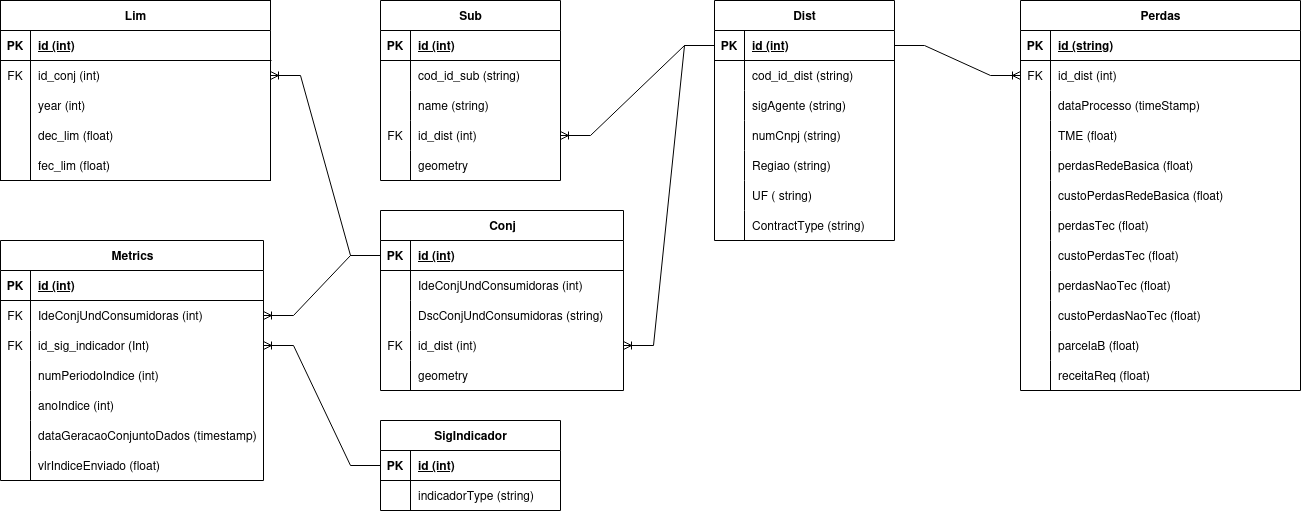
This is docs/db/aneel_data_model.png from AthosFatecSjc/backend, a draw.io export, as it was before one commit. Source tidied: cells renumbered, new cells last; positions are measured from the earlier drawing's top-left corner, leaving out a move shared by most shapes.
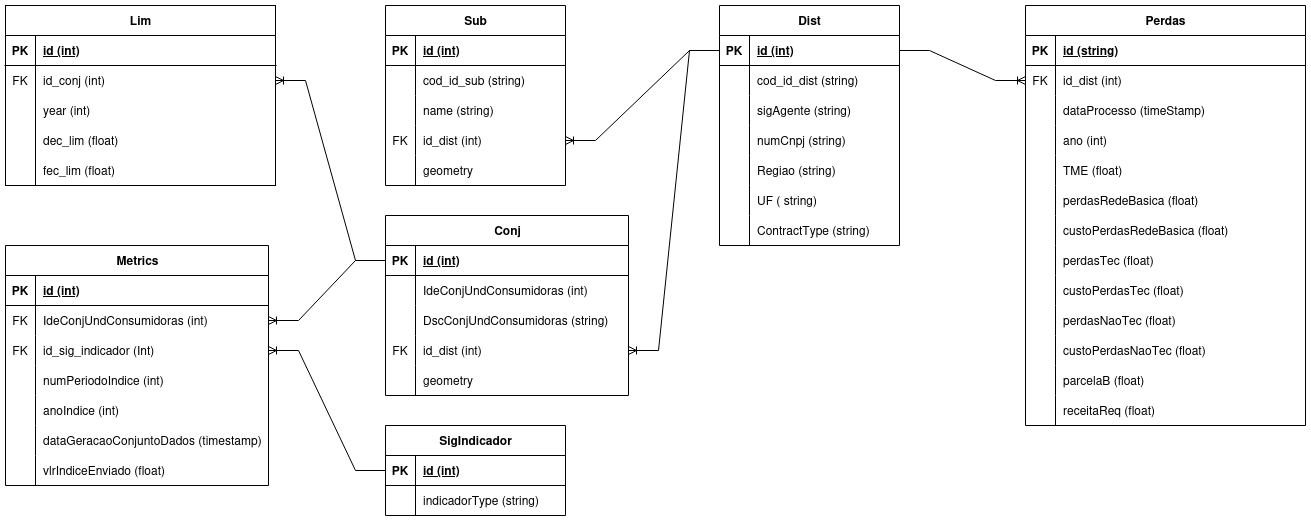
After the commit.

Commit message:
ATS-46 fix: add volumes e update no erddos dados aneel

What changed in the source:
```diff
@@ -315,7 +315,7 @@
       <mxGeometry relative="1" as="geometry" />
     </mxCell>
     <mxCell id="106" value="Perdas" style="shape=table;startSize=30;rowLines=0;fontStyle=1;align=center;html=1;" parent="1" vertex="1">
-      <mxGeometry x="1020" width="280" height="390" as="geometry" />
+      <mxGeometry x="1020" width="280" height="420" as="geometry" />
     </mxCell>
     <mxCell id="107" style="shape=tableRow;horizontal=0;startSize=0;swimlaneHead=0;swimlaneBody=0;fillColor=none;top=0;left=0;right=0;bottom=1;" parent="106" vertex="1">
       <mxGeometry y="30" width="280" height="30" as="geometry" />
@@ -335,17 +335,26 @@
     <mxCell id="112" value="id_dist (int)" style="shape=partialRectangle;fillColor=none;top=0;left=0;bottom=0;right=0;align=left;spacingLeft=6;overflow=hidden;whiteSpace=wrap;html=1;" parent="110" vertex="1">
       <mxGeometry x="30" width="250" height="30" as="geometry" />
     </mxCell>
+    <mxCell id="144" style="shape=tableRow;horizontal=0;startSize=0;swimlaneHead=0;swimlaneBody=0;fillColor=none;top=0;left=0;right=0;bottom=0;" parent="106" vertex="1">
+      <mxGeometry y="90" width="280" height="30" as="geometry" />
+    </mxCell>
+    <mxCell id="145" style="shape=partialRectangle;fillColor=none;top=0;left=0;bottom=0;right=0;overflow=hidden;whiteSpace=wrap;html=1;" parent="144" vertex="1">
+      <mxGeometry width="30" height="30" as="geometry" />
+    </mxCell>
+    <mxCell id="146" value="dataProcesso (timeStamp)" style="shape=partialRectangle;fillColor=none;top=0;left=0;bottom=0;right=0;align=left;spacingLeft=6;overflow=hidden;whiteSpace=wrap;html=1;" parent="144" vertex="1">
+      <mxGeometry x="30" width="250" height="30" as="geometry" />
+    </mxCell>
     <mxCell id="113" style="shape=tableRow;horizontal=0;startSize=0;swimlaneHead=0;swimlaneBody=0;fillColor=none;top=0;left=0;right=0;bottom=0;" parent="106" vertex="1">
-      <mxGeometry y="90" width="280" height="30" as="geometry" />
+      <mxGeometry y="120" width="280" height="30" as="geometry" />
     </mxCell>
     <mxCell id="114" style="shape=partialRectangle;fillColor=none;top=0;left=0;bottom=0;right=0;overflow=hidden;whiteSpace=wrap;html=1;" parent="113" vertex="1">
       <mxGeometry width="30" height="30" as="geometry" />
     </mxCell>
-    <mxCell id="115" value="dataProcesso (timeStamp)" style="shape=partialRectangle;fillColor=none;top=0;left=0;bottom=0;right=0;align=left;spacingLeft=6;overflow=hidden;whiteSpace=wrap;html=1;" parent="113" vertex="1">
+    <mxCell id="115" value="ano (int)" style="shape=partialRectangle;fillColor=none;top=0;left=0;bottom=0;right=0;align=left;spacingLeft=6;overflow=hidden;whiteSpace=wrap;html=1;" parent="113" vertex="1">
       <mxGeometry x="30" width="250" height="30" as="geometry" />
     </mxCell>
     <mxCell id="116" style="shape=tableRow;horizontal=0;startSize=0;swimlaneHead=0;swimlaneBody=0;fillColor=none;top=0;left=0;right=0;bottom=0;" parent="106" vertex="1">
-      <mxGeometry y="120" width="280" height="30" as="geometry" />
+      <mxGeometry y="150" width="280" height="30" as="geometry" />
     </mxCell>
     <mxCell id="117" style="shape=partialRectangle;fillColor=none;top=0;left=0;bottom=0;right=0;overflow=hidden;whiteSpace=wrap;html=1;" parent="116" vertex="1">
       <mxGeometry width="30" height="30" as="geometry" />
@@ -354,7 +363,7 @@
       <mxGeometry x="30" width="250" height="30" as="geometry" />
     </mxCell>
     <mxCell id="119" style="shape=tableRow;horizontal=0;startSize=0;swimlaneHead=0;swimlaneBody=0;fillColor=none;top=0;left=0;right=0;bottom=0;" parent="106" vertex="1">
-      <mxGeometry y="150" width="280" height="30" as="geometry" />
+      <mxGeometry y="180" width="280" height="30" as="geometry" />
     </mxCell>
     <mxCell id="120" style="shape=partialRectangle;fillColor=none;top=0;left=0;bottom=0;right=0;overflow=hidden;whiteSpace=wrap;html=1;" parent="119" vertex="1">
       <mxGeometry width="30" height="30" as="geometry" />
@@ -363,7 +372,7 @@
       <mxGeometry x="30" width="250" height="30" as="geometry" />
     </mxCell>
     <mxCell id="122" style="shape=tableRow;horizontal=0;startSize=0;swimlaneHead=0;swimlaneBody=0;fillColor=none;top=0;left=0;right=0;bottom=0;" parent="106" vertex="1">
-      <mxGeometry y="180" width="280" height="30" as="geometry" />
+      <mxGeometry y="210" width="280" height="30" as="geometry" />
     </mxCell>
     <mxCell id="123" style="shape=partialRectangle;fillColor=none;top=0;left=0;bottom=0;right=0;overflow=hidden;whiteSpace=wrap;html=1;" parent="122" vertex="1">
       <mxGeometry width="30" height="30" as="geometry" />
@@ -372,7 +381,7 @@
       <mxGeometry x="30" width="250" height="30" as="geometry" />
     </mxCell>
     <mxCell id="125" style="shape=tableRow;horizontal=0;startSize=0;swimlaneHead=0;swimlaneBody=0;fillColor=none;top=0;left=0;right=0;bottom=0;" parent="106" vertex="1">
-      <mxGeometry y="210" width="280" height="30" as="geometry" />
+      <mxGeometry y="240" width="280" height="30" as="geometry" />
     </mxCell>
     <mxCell id="126" style="shape=partialRectangle;fillColor=none;top=0;left=0;bottom=0;right=0;overflow=hidden;whiteSpace=wrap;html=1;" parent="125" vertex="1">
       <mxGeometry width="30" height="30" as="geometry" />
@@ -381,7 +390,7 @@
       <mxGeometry x="30" width="250" height="30" as="geometry" />
     </mxCell>
     <mxCell id="128" style="shape=tableRow;horizontal=0;startSize=0;swimlaneHead=0;swimlaneBody=0;fillColor=none;top=0;left=0;right=0;bottom=0;" parent="106" vertex="1">
-      <mxGeometry y="240" width="280" height="30" as="geometry" />
+      <mxGeometry y="270" width="280" height="30" as="geometry" />
     </mxCell>
     <mxCell id="129" style="shape=partialRectangle;fillColor=none;top=0;left=0;bottom=0;right=0;overflow=hidden;whiteSpace=wrap;html=1;" parent="128" vertex="1">
       <mxGeometry width="30" height="30" as="geometry" />
@@ -390,7 +399,7 @@
       <mxGeometry x="30" width="250" height="30" as="geometry" />
     </mxCell>
     <mxCell id="131" style="shape=tableRow;horizontal=0;startSize=0;swimlaneHead=0;swimlaneBody=0;fillColor=none;top=0;left=0;right=0;bottom=0;" parent="106" vertex="1">
-      <mxGeometry y="270" width="280" height="30" as="geometry" />
+      <mxGeometry y="300" width="280" height="30" as="geometry" />
     </mxCell>
     <mxCell id="132" style="shape=partialRectangle;fillColor=none;top=0;left=0;bottom=0;right=0;overflow=hidden;whiteSpace=wrap;html=1;" parent="131" vertex="1">
       <mxGeometry width="30" height="30" as="geometry" />
@@ -399,7 +408,7 @@
       <mxGeometry x="30" width="250" height="30" as="geometry" />
     </mxCell>
     <mxCell id="134" style="shape=tableRow;horizontal=0;startSize=0;swimlaneHead=0;swimlaneBody=0;fillColor=none;top=0;left=0;right=0;bottom=0;" parent="106" vertex="1">
-      <mxGeometry y="300" width="280" height="30" as="geometry" />
+      <mxGeometry y="330" width="280" height="30" as="geometry" />
     </mxCell>
     <mxCell id="135" style="shape=partialRectangle;fillColor=none;top=0;left=0;bottom=0;right=0;overflow=hidden;whiteSpace=wrap;html=1;" parent="134" vertex="1">
       <mxGeometry width="30" height="30" as="geometry" />
@@ -408,7 +417,7 @@
       <mxGeometry x="30" width="250" height="30" as="geometry" />
     </mxCell>
     <mxCell id="137" style="shape=tableRow;horizontal=0;startSize=0;swimlaneHead=0;swimlaneBody=0;fillColor=none;top=0;left=0;right=0;bottom=0;" parent="106" vertex="1">
-      <mxGeometry y="330" width="280" height="30" as="geometry" />
+      <mxGeometry y="360" width="280" height="30" as="geometry" />
     </mxCell>
     <mxCell id="138" style="shape=partialRectangle;fillColor=none;top=0;left=0;bottom=0;right=0;overflow=hidden;whiteSpace=wrap;html=1;" parent="137" vertex="1">
       <mxGeometry width="30" height="30" as="geometry" />
@@ -417,7 +426,7 @@
       <mxGeometry x="30" width="250" height="30" as="geometry" />
     </mxCell>
     <mxCell id="140" style="shape=tableRow;horizontal=0;startSize=0;swimlaneHead=0;swimlaneBody=0;fillColor=none;top=0;left=0;right=0;bottom=0;" parent="106" vertex="1">
-      <mxGeometry y="360" width="280" height="30" as="geometry" />
+      <mxGeometry y="390" width="280" height="30" as="geometry" />
     </mxCell>
     <mxCell id="141" style="shape=partialRectangle;fillColor=none;top=0;left=0;bottom=0;right=0;overflow=hidden;whiteSpace=wrap;html=1;" parent="140" vertex="1">
       <mxGeometry width="30" height="30" as="geometry" />
```
